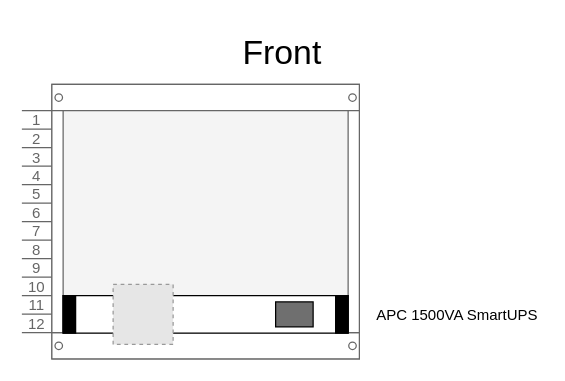
Earlier version of the draw.io diagram assets/HomeNet.drawio (TheWanderingCrow/CrOS). Source tidied: cells renumbered, new cells numbered last; positions are measured from the earlier drawing's top-left corner, leaving out a move shared by most shapes. Both pictures are drawn from the tidied source at 125%, with x=0, y=0 at pixel (21, 21). Pictures stored in the file or linked from it are replaced by grey dashed boxes.
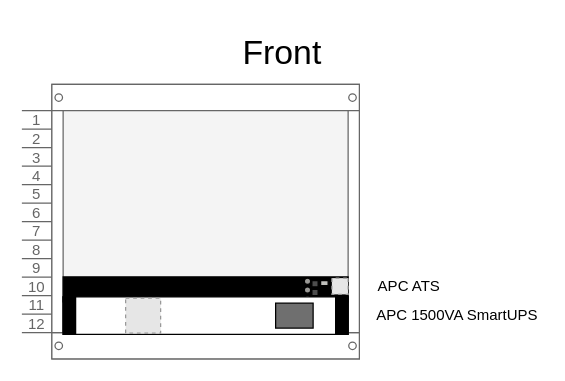
The same diagram, later.

Unchanged cells that the change refers to:
```xml
<mxCell id="2" style="strokeColor=#666666;html=1;verticalLabelPosition=bottom;labelBackgroundColor=#ffffff;verticalAlign=top;shadow=0;dashed=0;shape=mxgraph.rackGeneral.rackCabinet3;fillColor2=#f4f4f4;allowGaps=1;textColor=#666666;numDisp=ascend;" parent="1" vertex="1">
  <mxGeometry y="50" width="270" height="220" as="geometry" />
</mxCell>
```

Change to the diagram source:
```diff
@@
-    <mxCell id="3" style="group;" parent="2" vertex="1">
-      <mxGeometry x="33" y="160" width="228" height="48" as="geometry" />
-    </mxCell>
-    <mxCell id="4" style="group;" parent="3" vertex="1">
-      <mxGeometry y="9" width="228" height="27" as="geometry" />
-    </mxCell>
+    <mxCell id="12" style="group;" parent="2" vertex="1">
+      <mxGeometry x="33" y="154" width="228" height="16" as="geometry" />
+    </mxCell>
+    <mxCell id="13" style="rounded=0;whiteSpace=wrap;html=1;fillColor=#000000;" parent="12" vertex="1">
+      <mxGeometry width="228" height="20" as="geometry" />
+    </mxCell>
+    <mxCell id="14" style="fillColor=#E6E6E6;strokeColor=#999999;dashed=1;verticalLabelPosition=bottom;verticalAlign=top;rotation=90;" parent="12" vertex="1">
+      <mxGeometry x="215" y="1" width="13" height="13" as="geometry" />
+    </mxCell>
+    <mxCell id="15" style="rounded=0;whiteSpace=wrap;html=1;fillColor=light-dark(#c0bfbc, #ededed);" parent="12" vertex="1">
+      <mxGeometry x="206" y="3" width="6" height="4" as="geometry" />
+    </mxCell>
+    <mxCell id="16" style="rounded=0;whiteSpace=wrap;html=1;fillColor=#4D4D4D;" parent="12" vertex="1">
+      <mxGeometry x="199" y="3" width="5" height="5" as="geometry" />
+    </mxCell>
+    <mxCell id="17" style="rounded=0;whiteSpace=wrap;html=1;fillColor=#4D4D4D;" parent="12" vertex="1">
+      <mxGeometry x="199" y="10" width="5" height="5" as="geometry" />
+    </mxCell>
+    <mxCell id="18" style="ellipse;whiteSpace=wrap;html=1;fillColor=light-dark(#9a9996, #ededed);" parent="12" vertex="1">
+      <mxGeometry x="193" y="1" width="5" height="5" as="geometry" />
+    </mxCell>
+    <mxCell id="19" style="ellipse;whiteSpace=wrap;html=1;fillColor=light-dark(#9a9996, #ededed);" parent="12" vertex="1">
+      <mxGeometry x="193" y="8" width="5" height="5" as="geometry" />
+    </mxCell>
+    <mxCell id="20" style="ellipse;whiteSpace=wrap;html=1;fillColor=light-dark(#9a9996, #ededed);" parent="12" vertex="1">
+      <mxGeometry x="193" y="15" width="5" height="5" as="geometry" />
+    </mxCell>
+    <mxCell id="21" style="group;" parent="2" vertex="1">
+      <mxGeometry x="33" y="170" width="228" height="30" as="geometry" />
+    </mxCell>
-    <mxCell id="5" style="rounded=0;whiteSpace=wrap;html=1;" parent="4" vertex="1">
+    <mxCell id="5" style="rounded=0;whiteSpace=wrap;html=1;" parent="21" vertex="1">
       <mxGeometry width="228" height="30" as="geometry" />
     </mxCell>
-    <mxCell id="6" style="rounded=0;whiteSpace=wrap;html=1;fillColor=#000000;" parent="4" vertex="1">
+    <mxCell id="6" style="rounded=0;whiteSpace=wrap;html=1;fillColor=#000000;" parent="21" vertex="1">
       <mxGeometry width="10" height="30" as="geometry" />
     </mxCell>
-    <mxCell id="7" style="rounded=0;whiteSpace=wrap;html=1;fillColor=#000000;" parent="4" vertex="1">
+    <mxCell id="7" style="rounded=0;whiteSpace=wrap;html=1;fillColor=#000000;" parent="21" vertex="1">
       <mxGeometry x="218" width="10" height="30" as="geometry" />
     </mxCell>
-    <mxCell id="8" style="rounded=0;whiteSpace=wrap;html=1;fillColor=#6F6F6F;" parent="4" vertex="1">
+    <mxCell id="8" style="rounded=0;whiteSpace=wrap;html=1;fillColor=#6F6F6F;" parent="21" vertex="1">
       <mxGeometry x="170" y="5" width="30" height="20" as="geometry" />
     </mxCell>
-    <mxCell id="9" style="fillColor=#E6E6E6;strokeColor=#999999;dashed=1;verticalLabelPosition=bottom;verticalAlign=top;" parent="3" vertex="1">
-      <mxGeometry x="40" width="48" height="48" as="geometry" />
+    <mxCell id="9" style="fillColor=#E6E6E6;strokeColor=#999999;dashed=1;verticalLabelPosition=bottom;verticalAlign=top;" parent="21" vertex="1">
+      <mxGeometry x="50" y="1" width="28" height="28" as="geometry" />
     </mxCell>
@@
+    <mxCell id="22" value="APC ATS" style="text;html=1;align=center;verticalAlign=middle;whiteSpace=wrap;rounded=0;" parent="1" vertex="1">
+      <mxGeometry x="280" y="197" width="60" height="30" as="geometry" />
+    </mxCell>
```
